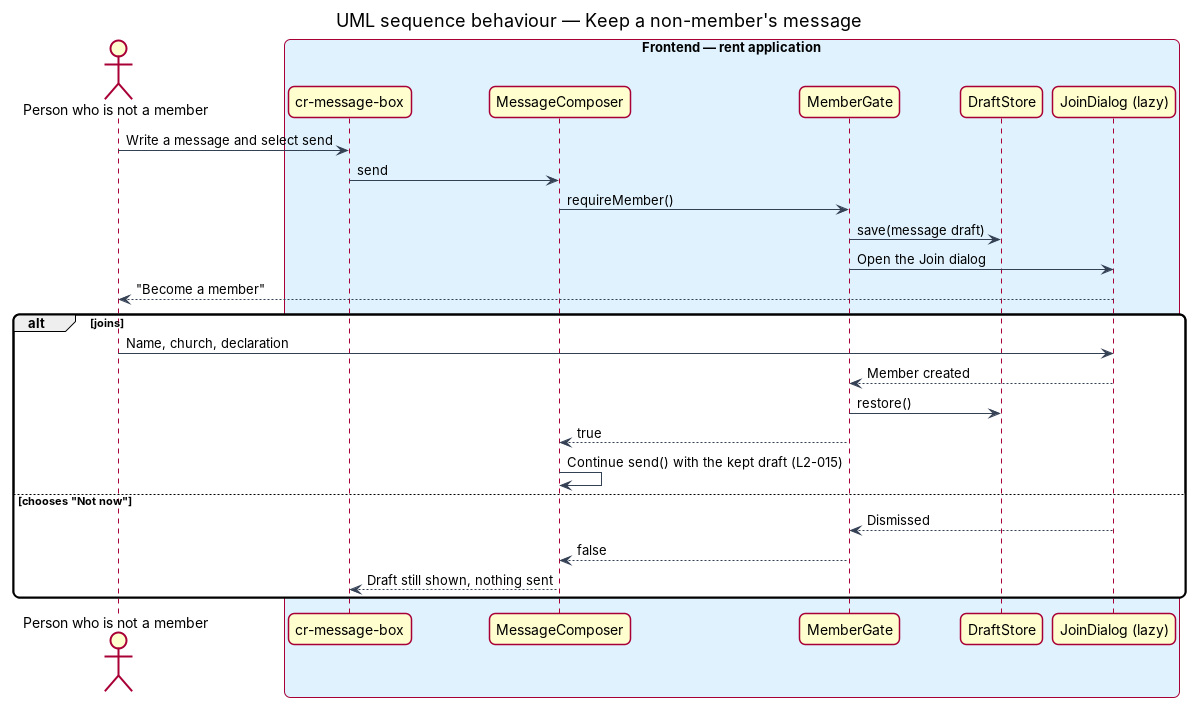
QuinntyneBrown/christian-rent keeps this PlantUML diagram as docs/detailed-designs/messages/send-message/diagrams/sequence-non-member-send.png. Above is the earlier version. Its source is kept beside it as docs/detailed-designs/messages/send-message/diagrams/sequence-non-member-send.puml. Its diagram source:
```plantuml
@startuml
title UML sequence behaviour — Keep a non-member's message
skinparam backgroundColor #FFFFFF
skinparam shadowing false
skinparam roundcorner 12
skinparam defaultFontName Arial
skinparam ArrowColor #344054
skinparam rectangle {
  BorderColor #344054
  FontColor #101828
}
skinparam package {
  BorderColor #667085
  FontColor #101828
  BackgroundColor #F9FAFB
}
actor "Person who is not a member" as actor
box "Frontend — rent application" #E0F2FE
  participant "cr-message-box" as box
  participant "MessageComposer" as composer
  participant "MemberGate" as gate
  participant "DraftStore" as drafts
  participant "JoinDialog (lazy)" as join
end box
actor -> box : Write a message and select send
box -> composer : send
composer -> gate : requireMember()
gate -> drafts : save(message draft)
gate -> join : Open the Join dialog
join --> actor : "Become a member"
alt joins
  actor -> join : Name, church, declaration
  join --> gate : Member created
  gate -> drafts : restore()
  gate --> composer : true
  composer -> composer : Continue send() with the kept draft (L2-015)
else chooses "Not now"
  join --> gate : Dismissed
  gate --> composer : false
  composer --> box : Draft still shown, nothing sent
end
@enduml
```
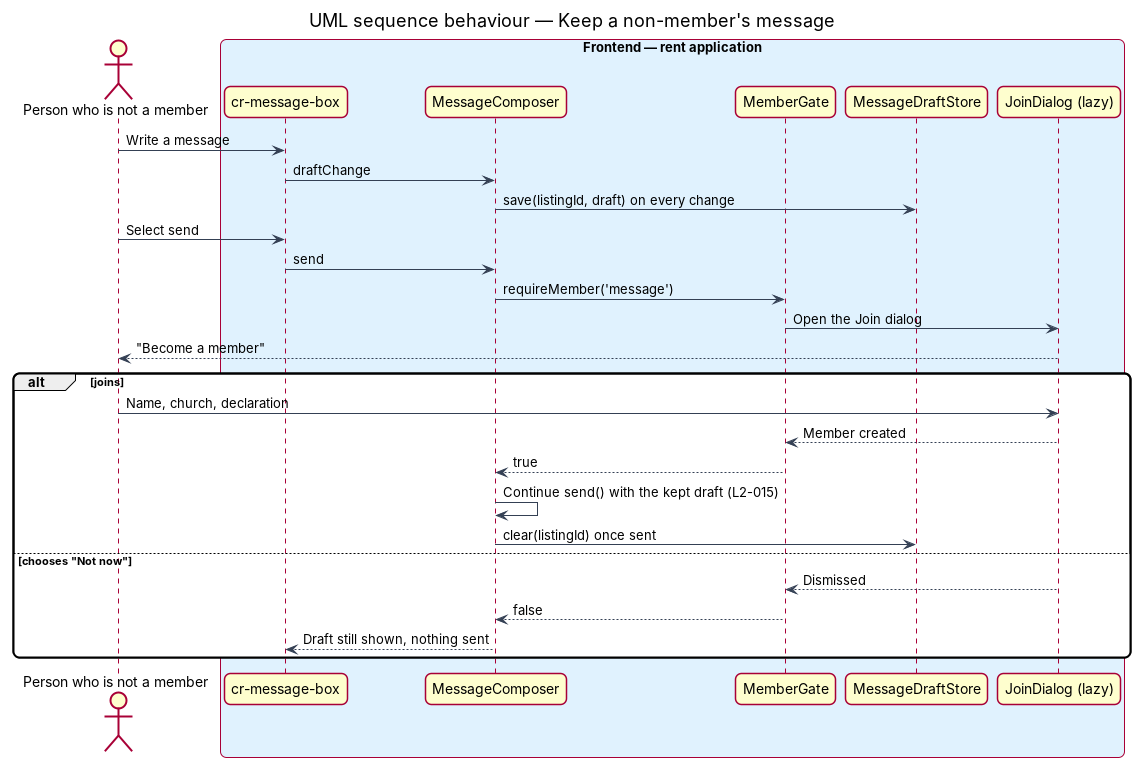
The same file after the commit.

What changed in the source:
```diff
@@ -19,21 +19,23 @@
   participant "cr-message-box" as box
   participant "MessageComposer" as composer
   participant "MemberGate" as gate
-  participant "DraftStore" as drafts
+  participant "MessageDraftStore" as drafts
   participant "JoinDialog (lazy)" as join
 end box
-actor -> box : Write a message and select send
+actor -> box : Write a message
+box -> composer : draftChange
+composer -> drafts : save(listingId, draft) on every change
+actor -> box : Select send
 box -> composer : send
-composer -> gate : requireMember()
-gate -> drafts : save(message draft)
+composer -> gate : requireMember('message')
 gate -> join : Open the Join dialog
 join --> actor : "Become a member"
 alt joins
   actor -> join : Name, church, declaration
   join --> gate : Member created
-  gate -> drafts : restore()
   gate --> composer : true
   composer -> composer : Continue send() with the kept draft (L2-015)
+  composer -> drafts : clear(listingId) once sent
 else chooses "Not now"
   join --> gate : Dismissed
   gate --> composer : false
```
